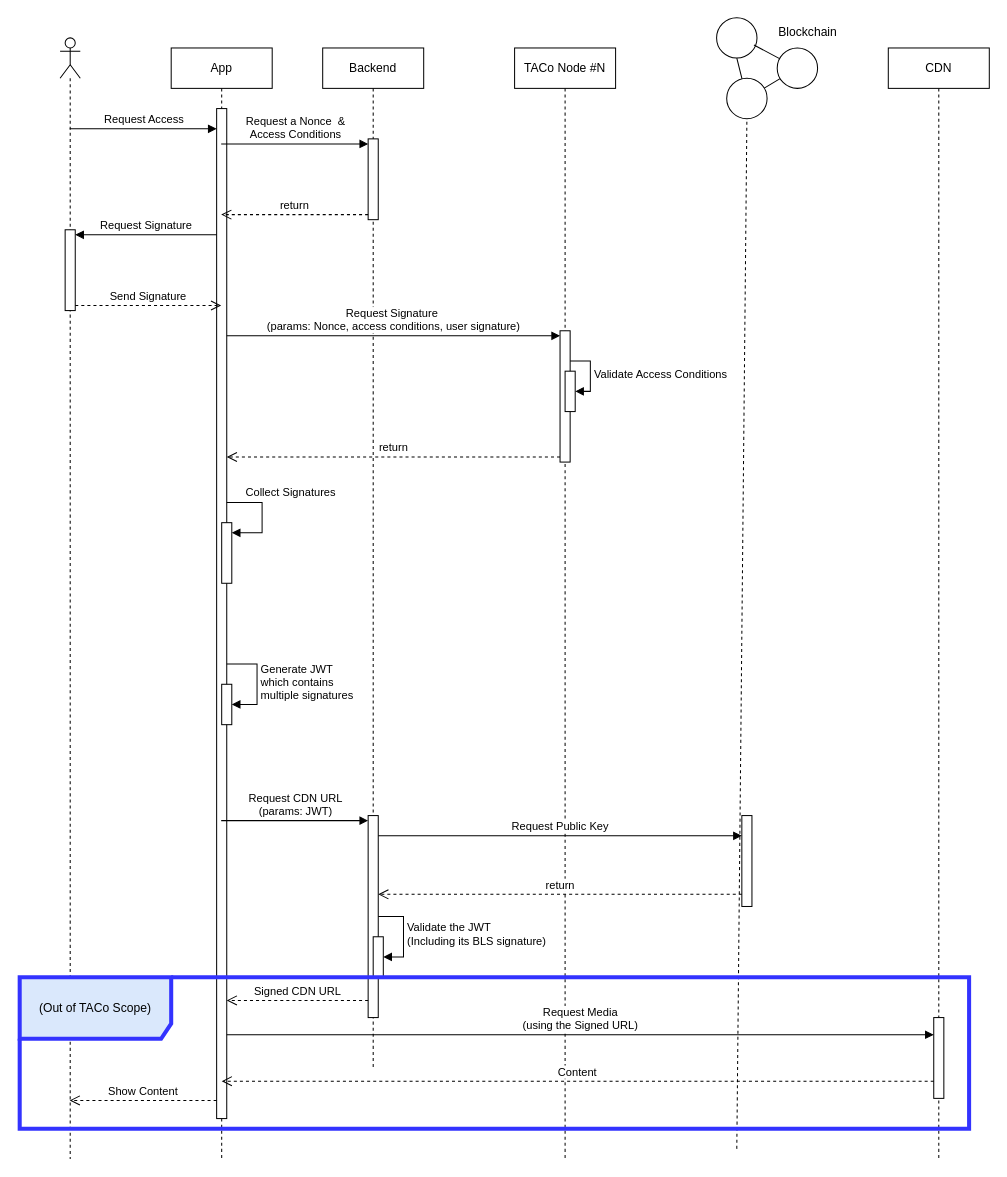
Earlier version of the draw.io diagram temp-JWT/JWT-with-custom-JOSE-for-BLS-algo.drawio (Muhammad-Altabba/taco-docs). Source tidied: cells renumbered, new cells numbered last; positions are measured from the earlier drawing's top-left corner, leaving out a move shared by most shapes. Both pictures are drawn from the tidied source at 101%, with x=0, y=0 at pixel (19, 17).
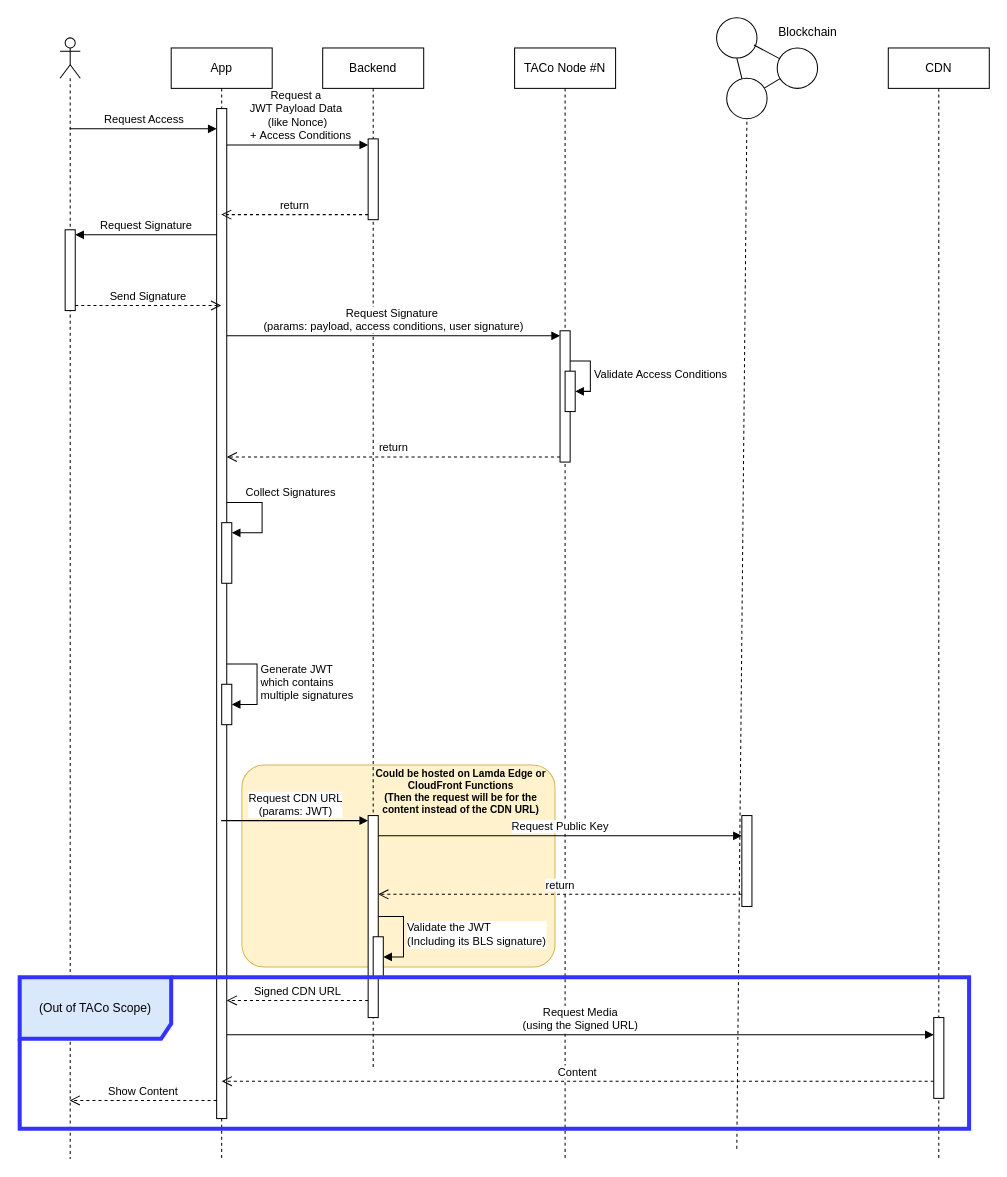
After the change.

Unchanged cells that the change refers to:
```xml
<mxCell id="2" value="App" style="shape=umlLifeline;perimeter=lifelinePerimeter;whiteSpace=wrap;html=1;outlineConnect=0;portConstraint=eastwest;newEdgeStyle={&quot;curved&quot;:0,&quot;rounded&quot;:0};" parent="1" vertex="1">
  <mxGeometry x="150" y="30" width="100" height="1100" as="geometry" />
</mxCell>
<mxCell id="3" style="html=1;points=[[0,0,0,0,5],[0,1,0,0,-5],[1,0,0,0,5],[1,1,0,0,-5]];perimeter=orthogonalPerimeter;outlineConnect=0;targetShapes=umlLifeline;portConstraint=eastwest;newEdgeStyle={&quot;curved&quot;:0,&quot;rounded&quot;:0};" parent="2" vertex="1">
  <mxGeometry x="45" y="60" width="10" height="1000" as="geometry" />
</mxCell>
<mxCell id="9" style="html=1;points=[[0,0,0,0,5],[0,1,0,0,-5],[1,0,0,0,5],[1,1,0,0,-5]];perimeter=orthogonalPerimeter;outlineConnect=0;targetShapes=umlLifeline;portConstraint=eastwest;newEdgeStyle={&quot;curved&quot;:0,&quot;rounded&quot;:0};" parent="8" vertex="1">
  <mxGeometry x="45" y="90" width="10" height="80" as="geometry" />
</mxCell>
<mxCell id="18" style="html=1;points=[[0,0,0,0,5],[0,1,0,0,-5],[1,0,0,0,5],[1,1,0,0,-5]];perimeter=orthogonalPerimeter;outlineConnect=0;targetShapes=umlLifeline;portConstraint=eastwest;newEdgeStyle={&quot;curved&quot;:0,&quot;rounded&quot;:0};" parent="17" vertex="1">
  <mxGeometry x="45" y="280" width="10" height="130" as="geometry" />
</mxCell>
```

Change to the diagram source:
```diff
@@
+    <mxCell id="15" value="Request&amp;nbsp;&lt;span style=&quot;background-color: light-dark(#ffffff, var(--ge-dark-color, #121212)); color: light-dark(rgb(0, 0, 0), rgb(255, 255, 255));&quot;&gt;a&amp;nbsp;&lt;/span&gt;&lt;div&gt;&lt;span style=&quot;background-color: light-dark(#ffffff, var(--ge-dark-color, #121212)); color: light-dark(rgb(0, 0, 0), rgb(255, 255, 255));&quot;&gt;J&lt;/span&gt;&lt;span style=&quot;background-color: light-dark(#ffffff, var(--ge-dark-color, #121212)); color: light-dark(rgb(0, 0, 0), rgb(255, 255, 255));&quot;&gt;WT Payload Data&amp;nbsp;&lt;/span&gt;&lt;/div&gt;&lt;div&gt;&lt;span style=&quot;background-color: light-dark(#ffffff, var(--ge-dark-color, #121212)); color: light-dark(rgb(0, 0, 0), rgb(255, 255, 255));&quot;&gt;(like Nonce)&lt;/span&gt;&lt;div&gt;&lt;span style=&quot;background-color: light-dark(#ffffff, var(--ge-dark-color, #121212)); color: light-dark(rgb(0, 0, 0), rgb(255, 255, 255));&quot;&gt;&amp;nbsp; +&amp;nbsp;&lt;/span&gt;&lt;span style=&quot;background-color: light-dark(#ffffff, var(--ge-dark-color, #121212)); color: light-dark(rgb(0, 0, 0), rgb(255, 255, 255));&quot;&gt;Access Conditions&lt;/span&gt;&lt;/div&gt;&lt;/div&gt;" style="html=1;verticalAlign=bottom;endArrow=block;curved=0;rounded=0;" parent="1" edge="1" target="9">
+      <mxGeometry relative="1" as="geometry">
+        <mxPoint x="203.5" y="126" as="sourcePoint" />
+      </mxGeometry>
+    </mxCell>
+    <mxCell id="46" style="rounded=1;whiteSpace=wrap;html=1;arcSize=11;align=center;fillColor=#fff2cc;strokeColor=#d6b656;" parent="1" vertex="1">
+      <mxGeometry x="220" y="740" width="310" height="200" as="geometry" />
+    </mxCell>
@@
-    <mxCell id="15" value="Request&amp;nbsp;&lt;span style=&quot;background-color: light-dark(#ffffff, var(--ge-dark-color, #121212)); color: light-dark(rgb(0, 0, 0), rgb(255, 255, 255));&quot;&gt;a Nonce&amp;nbsp; &amp;amp;&lt;/span&gt;&lt;div&gt;&lt;div&gt;&lt;span style=&quot;background-color: light-dark(#ffffff, var(--ge-dark-color, #121212)); color: light-dark(rgb(0, 0, 0), rgb(255, 255, 255));&quot;&gt;Access Conditions&lt;/span&gt;&lt;/div&gt;&lt;/div&gt;" style="html=1;verticalAlign=bottom;endArrow=block;curved=0;rounded=0;entryX=0;entryY=0;entryDx=0;entryDy=5;" parent="1" edge="1" source="2" target="9">
-      <mxGeometry relative="1" as="geometry" />
-    </mxCell>
@@
-    <mxCell id="24" value="Request Signature&amp;nbsp;&lt;div&gt;(params: Nonce, access conditions, user signature)&lt;/div&gt;" style="html=1;verticalAlign=bottom;endArrow=block;curved=0;rounded=0;entryX=0;entryY=0;entryDx=0;entryDy=5;" parent="1" edge="1" source="3" target="18">
+    <mxCell id="24" value="Request Signature&amp;nbsp;&lt;div&gt;(params: payload, access conditions, user signature)&lt;/div&gt;" style="html=1;verticalAlign=bottom;endArrow=block;curved=0;rounded=0;entryX=0;entryY=0;entryDx=0;entryDy=5;" parent="1" edge="1" source="3" target="18">
       <mxGeometry relative="1" as="geometry" />
     </mxCell>
@@
+    <mxCell id="47" value="Could be hosted on Lamda Edge or CloudFront Functions&lt;br&gt;(Then the request will be for the content instead of the CDN URL)" style="text;align=center;verticalAlign=middle;whiteSpace=wrap;rounded=0;html=1;fontStyle=1;fontSize=10;" parent="1" vertex="1">
+      <mxGeometry x="347" y="741" width="180" height="50" as="geometry" />
+    </mxCell>
```
